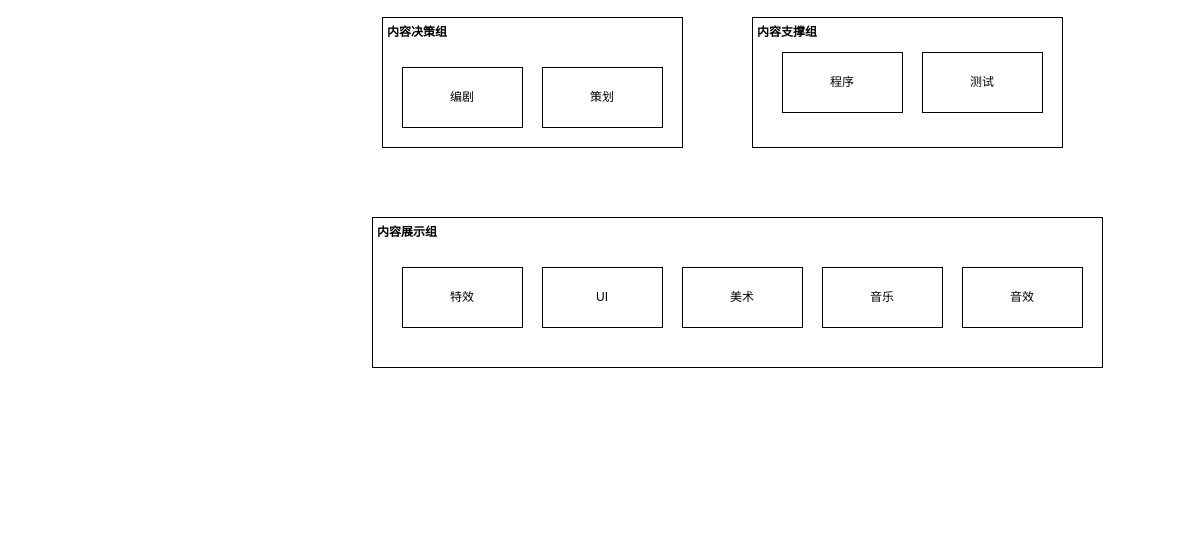
Before: 流程图/沟通架构.drawio in Karmel5950/NoteBook, a draw.io diagram. Source tidied: cells renumbered, new cells numbered last; positions are measured from the earlier drawing's top-left corner, leaving out a move shared by most shapes. Both pictures are drawn from the tidied source at 100%, with x=0, y=0 at pixel (372, 17).
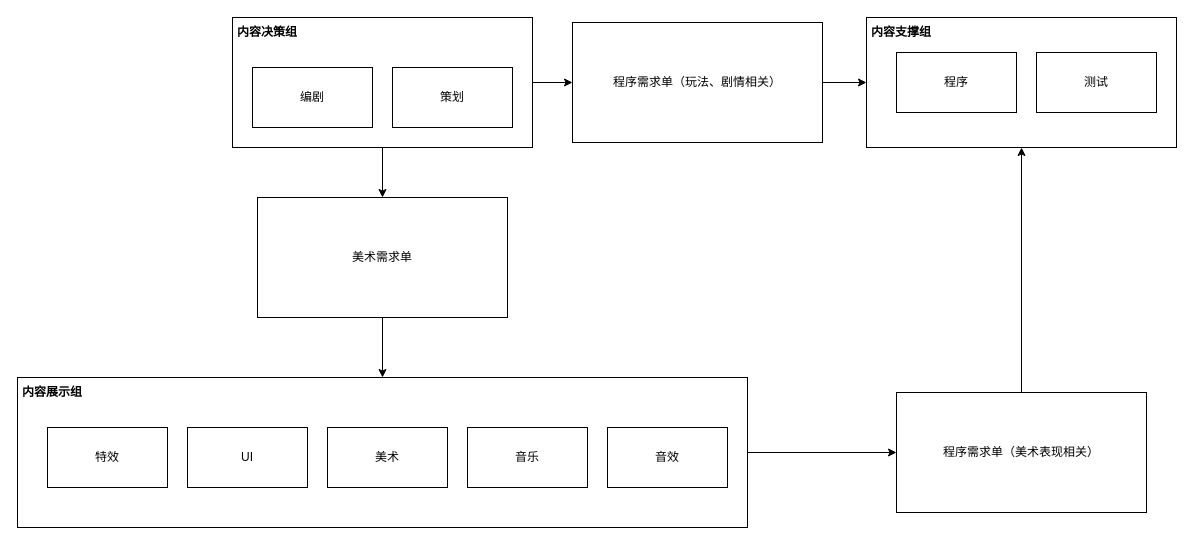
The same page after the edit.

The change refers to these unchanged cells:
```xml
<mxCell id="3" style="rounded=0;whiteSpace=wrap;html=1;" parent="2" vertex="1">
  <mxGeometry width="730" height="150" as="geometry" />
</mxCell>
<mxCell id="11" style="rounded=0;whiteSpace=wrap;html=1;" parent="10" vertex="1">
  <mxGeometry width="300" height="130" as="geometry" />
</mxCell>
<mxCell id="16" style="rounded=0;whiteSpace=wrap;html=1;" parent="15" vertex="1">
  <mxGeometry width="310" height="130" as="geometry" />
</mxCell>
```

What changed in the source:
```diff
@@
     <mxCell id="2" style="group;" parent="1" vertex="1">
-      <mxGeometry y="200" width="730" height="150" as="geometry" />
+      <mxGeometry x="-355" y="360" width="730" height="150" as="geometry" />
     </mxCell>
@@
     <mxCell id="10" style="group;" parent="1" vertex="1">
-      <mxGeometry x="10" width="300" height="130" as="geometry" />
+      <mxGeometry x="-140" width="300" height="130" as="geometry" />
     </mxCell>
@@
     <mxCell id="15" style="group;" parent="1" vertex="1">
-      <mxGeometry x="380" width="310" height="130" as="geometry" />
+      <mxGeometry x="494" width="310" height="130" as="geometry" />
     </mxCell>
@@
+    <mxCell id="20" style="edgeStyle=orthogonalEdgeStyle;rounded=0;jettySize=auto;html=1;entryX=0.5;entryY=0;entryDx=0;entryDy=0;" parent="1" edge="1" source="21" target="3">
+      <mxGeometry relative="1" as="geometry" />
+    </mxCell>
+    <mxCell id="21" value="美术需求单" style="rounded=0;whiteSpace=wrap;html=1;" parent="1" vertex="1">
+      <mxGeometry x="-115" y="180" width="250" height="120" as="geometry" />
+    </mxCell>
+    <mxCell id="22" style="edgeStyle=orthogonalEdgeStyle;rounded=0;jettySize=auto;html=1;" parent="1" edge="1" source="11" target="21">
+      <mxGeometry relative="1" as="geometry" />
+    </mxCell>
+    <mxCell id="23" style="edgeStyle=orthogonalEdgeStyle;rounded=0;jettySize=auto;html=1;entryX=0;entryY=0.5;entryDx=0;entryDy=0;" parent="1" edge="1" source="24" target="16">
+      <mxGeometry relative="1" as="geometry" />
+    </mxCell>
+    <mxCell id="24" value="程序需求单（玩法、剧情相关）" style="rounded=0;whiteSpace=wrap;html=1;" parent="1" vertex="1">
+      <mxGeometry x="200" y="5" width="250" height="120" as="geometry" />
+    </mxCell>
+    <mxCell id="25" style="edgeStyle=orthogonalEdgeStyle;rounded=0;jettySize=auto;html=1;entryX=0;entryY=0.5;entryDx=0;entryDy=0;" parent="1" edge="1" source="11" target="24">
+      <mxGeometry relative="1" as="geometry" />
+    </mxCell>
+    <mxCell id="26" style="edgeStyle=orthogonalEdgeStyle;rounded=0;jettySize=auto;html=1;" parent="1" edge="1" source="27" target="16">
+      <mxGeometry relative="1" as="geometry" />
+    </mxCell>
+    <mxCell id="27" value="程序需求单（美术表现相关）" style="rounded=0;whiteSpace=wrap;html=1;" parent="1" vertex="1">
+      <mxGeometry x="524" y="375" width="250" height="120" as="geometry" />
+    </mxCell>
+    <mxCell id="28" style="edgeStyle=orthogonalEdgeStyle;rounded=0;jettySize=auto;html=1;entryX=0;entryY=0.5;entryDx=0;entryDy=0;" parent="1" edge="1" source="3" target="27">
+      <mxGeometry relative="1" as="geometry" />
+    </mxCell>
```
